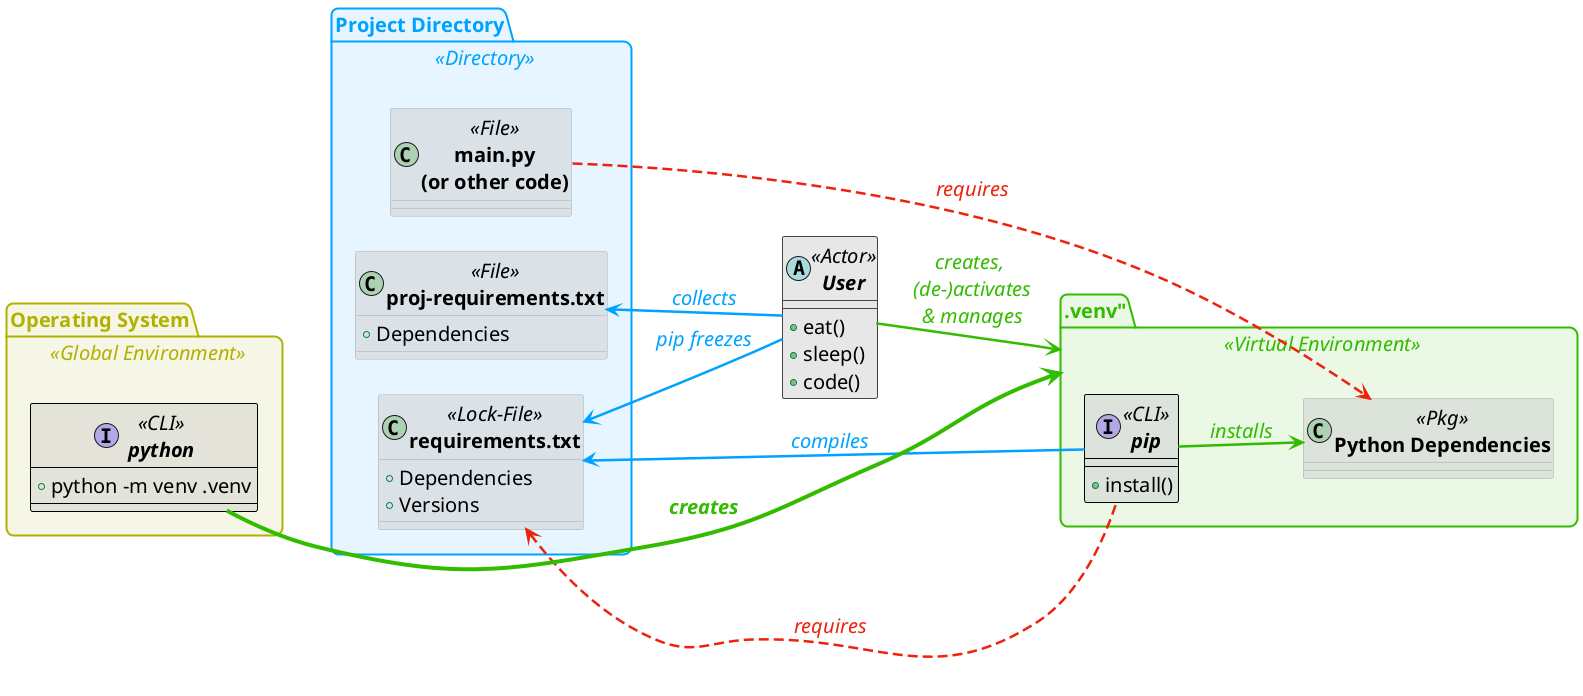
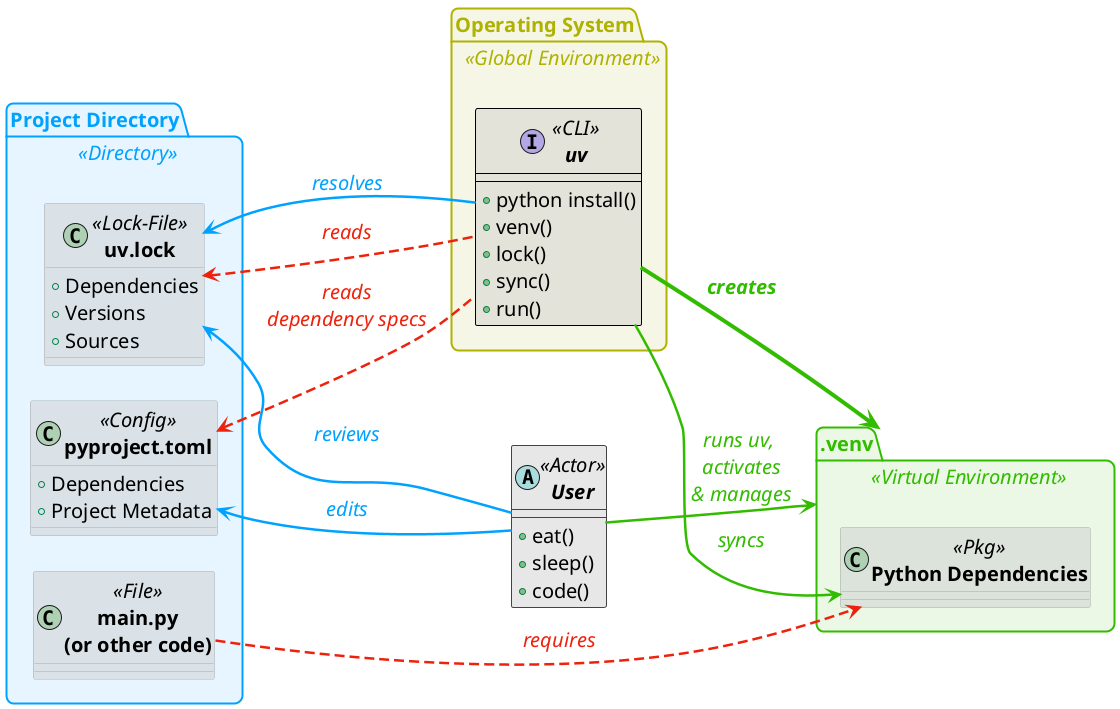
@startuml
left to right direction
' top to bottom direction

' === Global look & feel =============
skinparam defaultFontSize 20
' skinparam BackgroundColor #00000010
skinparam BackgroundColor transparent

' ======================================
skinparam package {
    RoundCorner 15
    BorderThickness 2
    ' BackgroundColor #00A2FF19
    ' BorderColor #00A2FF
    ' FontColor   #00A2FF
}
skinparam package<<Global Environment>><<Python Package>> {
    BackgroundColor #afb20019
    BorderColor #afb200ff
    FontColor   #afb200ff
}
skinparam package<<Virtual Environment>>{
    BackgroundColor #32bc0019
    BorderColor #32bc00ff
    FontColor   #32bc00ff
}
skinparam package<<Directory>> {
    BackgroundColor #00A2FF19
    BorderColor #00A2FF
    FontColor   #00A2FF
}

' ======================================
skinparam class {
    BackgroundColor #cccccc77
    BorderColor     #444444
    BorderThickness 1
    FontStyle bold
    RoundCorner 15
}
skinparam class<<CLI>> {
    BorderColor     #000000
}
skinparam class<<Config>><<Pkg>><<Lock-Files>><<File>><<Lock-File>> {
    BorderColor     #000000
    BorderThickness 0
}


' =================================================

' === Packages (now ordered GE → PDIR → VENV) ===
package "Operating System" as GE <<Global Environment>> {
-     interface "python" as PY  <<CLI>> {
-         +python -m venv .venv
+     interface "uv" as UVG  <<CLI>> {
+         +python install()
+         +venv()
+         +lock()
+         +sync()
+         +run()
    }
}

package "Project Directory" as PDIR <<Directory>> {
-     class "proj-requirements.txt"   as REQ_PROJ <<File>>{
+     class "pyproject.toml"   as PPRT <<Config>>{
        +Dependencies
+         +Project Metadata
    }
-     class "requirements.txt"         as REQ <<Lock-File>>{
+     class "uv.lock"         as LOCK <<Lock-File>>{
        +Dependencies
        +Versions
+         +Sources
    }
    class "main.py\n(or other code)" as APP <<File>>
}



- package .venv" as VENV <<Virtual Environment>> {
-     interface "pip"          as PIP <<CLI>> {
-         +install()
-     }
+ package ".venv" as VENV <<Virtual Environment>> {
    class "Python Dependencies" as PKG <<Pkg>>
}

' === Hidden arrows to lock horizontal order ===
- GE   -[hidden]-> PDIR
- PDIR -[hidden]-> VENV
+ GE   -right[hidden]-> PDIR
+ PDIR -right[hidden]-> VENV

' === Visible blue arrows (same semantics) ===
<style>
arrow {
    LineColor #00A2FF
    LineThickness 2.5
    FontColor #00A2FF
    FontStyle italic
}
</style>


- REQ_PROJ <-- USER : collects
- REQ <-- USER : pip freezes
+ PPRT <-- USER : edits
+ LOCK <-- UVG  : resolves

- REQ <-- PIP  : compiles
+ LOCK <-- USER : reviews

' === SPecial Straight Arrows =============
<style>
arrow {
    LineColor #32bc00ff
    FontColor #32bc00ff
}
</style>



abstract "User" as USER <<Actor>> {
    +eat()
    +sleep()
    +code()
}

- PIP --> PKG  : installs
- PY  -[thickness=4]-> VENV : **creates**
- USER  --> VENV : creates, \n (de-)activates \n& manages
+ UVG --> PKG  : syncs
+ UVG  -[thickness=4]-> VENV : **creates**
+ USER  --> VENV : runs uv, \n activates \n& manages

<style>
arrow {
    LineStyle 10-5
    LineColor #EE220C
    FontColor #EE220C
}
</style>
APP --> PKG  : requires
- REQ <-- PIP  : requires
+ PPRT <-- UVG  : reads\ndependency specs
+ LOCK <-- UVG  : reads

@enduml
